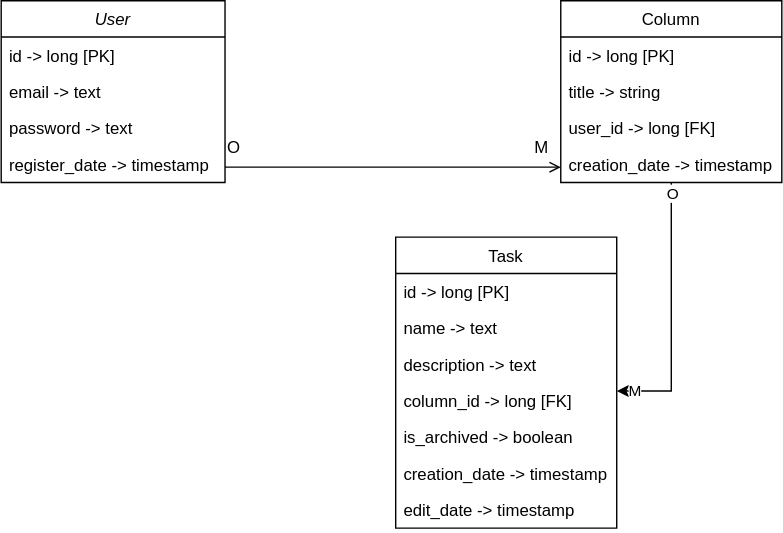
This is assets/database-relations.svg from farneser/task-tracker-api, a draw.io export, as it was before one commit. Source tidied: cells renumbered, new cells last; positions are measured from the earlier drawing's top-left corner, leaving out a move shared by most shapes.
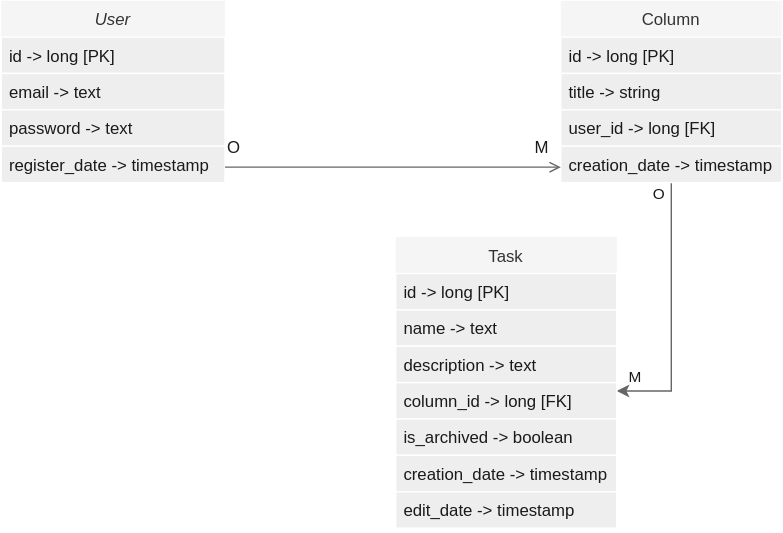
After the change.

Commit message:
update: relations styles

Diff of the diagram source:
```diff
@@ -1,51 +1,55 @@
-<mxGraphModel>
+<mxGraphModel background="#FFFFFF">
   <root>
     <mxCell id="0" />
     <mxCell id="1" parent="0" />
-    <mxCell id="2" value="User" style="swimlane;fontStyle=2;align=center;verticalAlign=top;horizontal=1;startSize=26;rounded=0;shadow=0;strokeWidth=1;" parent="1" vertex="1">
+    <mxCell id="2" value="User" style="swimlane;fontStyle=2;align=center;verticalAlign=top;horizontal=1;startSize=26;rounded=0;shadow=0;strokeWidth=1;labelBackgroundColor=none;fillColor=#f5f5f5;strokeColor=none;fontColor=#333333;" parent="1" vertex="1">
       <mxGeometry width="160" height="130" as="geometry" />
     </mxCell>
-    <mxCell id="3" value="id -&gt; long [PK]" style="text;align=left;verticalAlign=top;spacingLeft=4;spacingRight=4;overflow=hidden;" parent="2" vertex="1">
+    <mxCell id="3" value="id -&gt; long [PK]" style="text;align=left;verticalAlign=top;spacingLeft=4;spacingRight=4;overflow=hidden;rounded=0;labelBackgroundColor=none;fillColor=#EEEEEE;strokeColor=#FFFFFF;fontColor=#1A1A1A;" parent="2" vertex="1">
       <mxGeometry y="26" width="160" height="26" as="geometry" />
     </mxCell>
-    <mxCell id="4" value="email -&gt; text" style="text;align=left;verticalAlign=top;spacingLeft=4;spacingRight=4;overflow=hidden;" parent="2" vertex="1">
+    <mxCell id="4" value="email -&gt; text" style="text;align=left;verticalAlign=top;spacingLeft=4;spacingRight=4;overflow=hidden;rounded=0;labelBackgroundColor=none;fillColor=#EEEEEE;strokeColor=#FFFFFF;fontColor=#1A1A1A;" parent="2" vertex="1">
       <mxGeometry y="52" width="160" height="26" as="geometry" />
     </mxCell>
-    <mxCell id="5" value="password -&gt; text" style="text;align=left;verticalAlign=top;spacingLeft=4;spacingRight=4;overflow=hidden;rounded=0;shadow=0;html=0;" parent="2" vertex="1">
+    <mxCell id="5" value="password -&gt; text" style="text;align=left;verticalAlign=top;spacingLeft=4;spacingRight=4;overflow=hidden;rounded=0;shadow=0;html=0;labelBackgroundColor=none;fillColor=#EEEEEE;strokeColor=#FFFFFF;fontColor=#1A1A1A;" parent="2" vertex="1">
       <mxGeometry y="78" width="160" height="26" as="geometry" />
     </mxCell>
-    <mxCell id="6" value="register_date -&gt; timestamp" style="text;align=left;verticalAlign=top;spacingLeft=4;spacingRight=4;overflow=hidden;rounded=0;shadow=0;html=0;" parent="2" vertex="1">
+    <mxCell id="6" value="register_date -&gt; timestamp" style="text;align=left;verticalAlign=top;spacingLeft=4;spacingRight=4;overflow=hidden;rounded=0;shadow=0;html=0;labelBackgroundColor=none;fillColor=#EEEEEE;strokeColor=#FFFFFF;fontColor=#1A1A1A;" parent="2" vertex="1">
       <mxGeometry y="104" width="160" height="26" as="geometry" />
     </mxCell>
-    <mxCell id="7" style="edgeStyle=orthogonalEdgeStyle;rounded=0;jettySize=auto;html=1;" parent="1" edge="1" source="10" target="18">
+    <mxCell id="7" style="edgeStyle=orthogonalEdgeStyle;rounded=0;jettySize=auto;html=1;labelBackgroundColor=none;fontColor=default;strokeColor=#666666;fillColor=#f5f5f5;" parent="1" edge="1" source="10" target="18">
       <mxGeometry relative="1" as="geometry">
         <Array as="points">
           <mxPoint x="479" y="279" />
         </Array>
       </mxGeometry>
     </mxCell>
-    <mxCell id="8" value="M" style="edgeLabel;html=1;align=center;verticalAlign=middle;" parent="7" vertex="1">
-      <mxGeometry x="0.86" relative="1" as="geometry" />
+    <mxCell id="8" value="M" style="edgeLabel;html=1;align=center;verticalAlign=middle;rounded=0;labelBackgroundColor=none;fontColor=#1A1A1A;" parent="7" vertex="1">
+      <mxGeometry x="0.86" relative="1" as="geometry">
+        <mxPoint y="-10" as="offset" />
+      </mxGeometry>
     </mxCell>
-    <mxCell id="9" value="O" style="edgeLabel;html=1;align=center;verticalAlign=middle;" parent="7" vertex="1">
-      <mxGeometry x="-0.92" y="1" relative="1" as="geometry" />
+    <mxCell id="9" value="O" style="edgeLabel;html=1;align=center;verticalAlign=middle;rounded=0;labelBackgroundColor=none;fontColor=#1A1A1A;" parent="7" vertex="1">
+      <mxGeometry x="-0.92" y="1" relative="1" as="geometry">
+        <mxPoint x="-10" as="offset" />
+      </mxGeometry>
     </mxCell>
-    <mxCell id="10" value="Column" style="swimlane;fontStyle=0;align=center;verticalAlign=top;horizontal=1;startSize=26;rounded=0;shadow=0;strokeWidth=1;" parent="1" vertex="1">
+    <mxCell id="10" value="Column" style="swimlane;fontStyle=0;align=center;verticalAlign=top;horizontal=1;startSize=26;rounded=0;shadow=0;strokeWidth=1;labelBackgroundColor=none;fillColor=#f5f5f5;strokeColor=none;fontColor=#333333;" parent="1" vertex="1">
       <mxGeometry x="400" width="158" height="130" as="geometry" />
     </mxCell>
-    <mxCell id="11" value="id -&gt; long [PK]" style="text;align=left;verticalAlign=top;spacingLeft=4;spacingRight=4;overflow=hidden;" parent="10" vertex="1">
+    <mxCell id="11" value="id -&gt; long [PK]" style="text;align=left;verticalAlign=top;spacingLeft=4;spacingRight=4;overflow=hidden;rounded=0;labelBackgroundColor=none;fillColor=#EEEEEE;strokeColor=#FFFFFF;fontColor=#1A1A1A;" parent="10" vertex="1">
       <mxGeometry y="26" width="158" height="26" as="geometry" />
     </mxCell>
-    <mxCell id="12" value="title -&gt; string" style="text;align=left;verticalAlign=top;spacingLeft=4;spacingRight=4;overflow=hidden;rounded=0;shadow=0;html=0;" parent="10" vertex="1">
+    <mxCell id="12" value="title -&gt; string" style="text;align=left;verticalAlign=top;spacingLeft=4;spacingRight=4;overflow=hidden;rounded=0;shadow=0;html=0;labelBackgroundColor=none;fillColor=#EEEEEE;strokeColor=#FFFFFF;fontColor=#1A1A1A;" parent="10" vertex="1">
       <mxGeometry y="52" width="158" height="26" as="geometry" />
     </mxCell>
-    <mxCell id="13" value="user_id -&gt; long [FK]" style="text;align=left;verticalAlign=top;spacingLeft=4;spacingRight=4;overflow=hidden;rounded=0;shadow=0;html=0;" parent="10" vertex="1">
+    <mxCell id="13" value="user_id -&gt; long [FK]" style="text;align=left;verticalAlign=top;spacingLeft=4;spacingRight=4;overflow=hidden;rounded=0;shadow=0;html=0;labelBackgroundColor=none;fillColor=#EEEEEE;strokeColor=#FFFFFF;fontColor=#1A1A1A;" parent="10" vertex="1">
       <mxGeometry y="78" width="158" height="26" as="geometry" />
     </mxCell>
-    <mxCell id="14" value="creation_date -&gt; timestamp" style="text;align=left;verticalAlign=top;spacingLeft=4;spacingRight=4;overflow=hidden;rounded=0;shadow=0;html=0;" parent="10" vertex="1">
+    <mxCell id="14" value="creation_date -&gt; timestamp" style="text;align=left;verticalAlign=top;spacingLeft=4;spacingRight=4;overflow=hidden;rounded=0;shadow=0;html=0;labelBackgroundColor=none;fillColor=#EEEEEE;strokeColor=#FFFFFF;fontColor=#1A1A1A;" parent="10" vertex="1">
       <mxGeometry y="104" width="158" height="26" as="geometry" />
     </mxCell>
-    <mxCell id="15" style="endArrow=open;shadow=0;strokeWidth=1;rounded=0;endFill=1;edgeStyle=elbowEdgeStyle;elbow=vertical;" parent="1" edge="1" source="2" target="10">
+    <mxCell id="15" style="endArrow=open;shadow=0;strokeWidth=1;rounded=0;endFill=1;edgeStyle=elbowEdgeStyle;elbow=vertical;labelBackgroundColor=none;fontColor=default;strokeColor=#666666;fillColor=#f5f5f5;" parent="1" edge="1" source="2" target="10">
       <mxGeometry x="0.5" y="41" relative="1" as="geometry">
         <Array as="points">
           <mxPoint x="230" y="119" />
@@ -54,38 +58,38 @@
         <mxPoint x="-40" y="32" as="offset" />
       </mxGeometry>
     </mxCell>
-    <mxCell id="16" value="O" style="align=left;verticalAlign=bottom;labelBackgroundColor=none;fontSize=12;" parent="15" vertex="1">
+    <mxCell id="16" value="O" style="align=left;verticalAlign=bottom;labelBackgroundColor=none;fontSize=12;rounded=0;fillColor=#EEEEEE;strokeColor=#FFFFFF;fontColor=#1A1A1A;" parent="15" vertex="1">
       <mxGeometry x="-1" relative="1" as="geometry">
         <mxPoint y="-5" as="offset" />
       </mxGeometry>
     </mxCell>
-    <mxCell id="17" value="M" style="align=right;verticalAlign=bottom;labelBackgroundColor=none;fontSize=12;" parent="15" vertex="1">
+    <mxCell id="17" value="M" style="align=right;verticalAlign=bottom;labelBackgroundColor=none;fontSize=12;rounded=0;fillColor=#EEEEEE;strokeColor=#FFFFFF;fontColor=#1A1A1A;" parent="15" vertex="1">
       <mxGeometry x="1" relative="1" as="geometry">
         <mxPoint x="-7" y="-5" as="offset" />
       </mxGeometry>
     </mxCell>
-    <mxCell id="18" value="Task" style="swimlane;fontStyle=0;align=center;verticalAlign=top;horizontal=1;startSize=26;rounded=0;shadow=0;strokeWidth=1;" parent="1" vertex="1">
+    <mxCell id="18" value="Task" style="swimlane;fontStyle=0;align=center;verticalAlign=top;horizontal=1;startSize=26;rounded=0;shadow=0;strokeWidth=1;labelBackgroundColor=none;fillColor=#f5f5f5;strokeColor=none;fontColor=#333333;" parent="1" vertex="1">
       <mxGeometry x="282" y="169" width="158" height="208" as="geometry" />
     </mxCell>
-    <mxCell id="19" value="id -&gt; long [PK]" style="text;align=left;verticalAlign=top;spacingLeft=4;spacingRight=4;overflow=hidden;" parent="18" vertex="1">
+    <mxCell id="19" value="id -&gt; long [PK]" style="text;align=left;verticalAlign=top;spacingLeft=4;spacingRight=4;overflow=hidden;rounded=0;labelBackgroundColor=none;fillColor=#EEEEEE;strokeColor=#FFFFFF;fontColor=#1A1A1A;" parent="18" vertex="1">
       <mxGeometry y="26" width="158" height="26" as="geometry" />
     </mxCell>
-    <mxCell id="20" value="name -&gt; text" style="text;align=left;verticalAlign=top;spacingLeft=4;spacingRight=4;overflow=hidden;rounded=0;shadow=0;html=0;" parent="18" vertex="1">
+    <mxCell id="20" value="name -&gt; text" style="text;align=left;verticalAlign=top;spacingLeft=4;spacingRight=4;overflow=hidden;rounded=0;shadow=0;html=0;labelBackgroundColor=none;fillColor=#EEEEEE;strokeColor=#FFFFFF;fontColor=#1A1A1A;" parent="18" vertex="1">
       <mxGeometry y="52" width="158" height="26" as="geometry" />
     </mxCell>
-    <mxCell id="21" value="description -&gt; text" style="text;align=left;verticalAlign=top;spacingLeft=4;spacingRight=4;overflow=hidden;rounded=0;shadow=0;html=0;" parent="18" vertex="1">
+    <mxCell id="21" value="description -&gt; text" style="text;align=left;verticalAlign=top;spacingLeft=4;spacingRight=4;overflow=hidden;rounded=0;shadow=0;html=0;labelBackgroundColor=none;fillColor=#EEEEEE;strokeColor=#FFFFFF;fontColor=#1A1A1A;" parent="18" vertex="1">
       <mxGeometry y="78" width="158" height="26" as="geometry" />
     </mxCell>
-    <mxCell id="22" value="column_id -&gt; long [FK]" style="text;align=left;verticalAlign=top;spacingLeft=4;spacingRight=4;overflow=hidden;rounded=0;shadow=0;html=0;" parent="18" vertex="1">
+    <mxCell id="22" value="column_id -&gt; long [FK]" style="text;align=left;verticalAlign=top;spacingLeft=4;spacingRight=4;overflow=hidden;rounded=0;shadow=0;html=0;labelBackgroundColor=none;fillColor=#EEEEEE;strokeColor=#FFFFFF;fontColor=#1A1A1A;" parent="18" vertex="1">
       <mxGeometry y="104" width="158" height="26" as="geometry" />
     </mxCell>
-    <mxCell id="23" value="is_archived -&gt; boolean" style="text;align=left;verticalAlign=top;spacingLeft=4;spacingRight=4;overflow=hidden;rounded=0;shadow=0;html=0;" parent="18" vertex="1">
+    <mxCell id="23" value="is_archived -&gt; boolean" style="text;align=left;verticalAlign=top;spacingLeft=4;spacingRight=4;overflow=hidden;rounded=0;shadow=0;html=0;labelBackgroundColor=none;fillColor=#EEEEEE;strokeColor=#FFFFFF;fontColor=#1A1A1A;" parent="18" vertex="1">
       <mxGeometry y="130" width="158" height="26" as="geometry" />
     </mxCell>
-    <mxCell id="24" value="creation_date -&gt; timestamp" style="text;align=left;verticalAlign=top;spacingLeft=4;spacingRight=4;overflow=hidden;rounded=0;shadow=0;html=0;" parent="18" vertex="1">
+    <mxCell id="24" value="creation_date -&gt; timestamp" style="text;align=left;verticalAlign=top;spacingLeft=4;spacingRight=4;overflow=hidden;rounded=0;shadow=0;html=0;labelBackgroundColor=none;fillColor=#EEEEEE;strokeColor=#FFFFFF;fontColor=#1A1A1A;" parent="18" vertex="1">
       <mxGeometry y="156" width="158" height="26" as="geometry" />
     </mxCell>
-    <mxCell id="25" value="edit_date -&gt; timestamp" style="text;align=left;verticalAlign=top;spacingLeft=4;spacingRight=4;overflow=hidden;rounded=0;shadow=0;html=0;" parent="18" vertex="1">
+    <mxCell id="25" value="edit_date -&gt; timestamp" style="text;align=left;verticalAlign=top;spacingLeft=4;spacingRight=4;overflow=hidden;rounded=0;shadow=0;html=0;labelBackgroundColor=none;fillColor=#EEEEEE;strokeColor=#FFFFFF;fontColor=#1A1A1A;" parent="18" vertex="1">
       <mxGeometry y="182" width="158" height="26" as="geometry" />
     </mxCell>
   </root>
```
